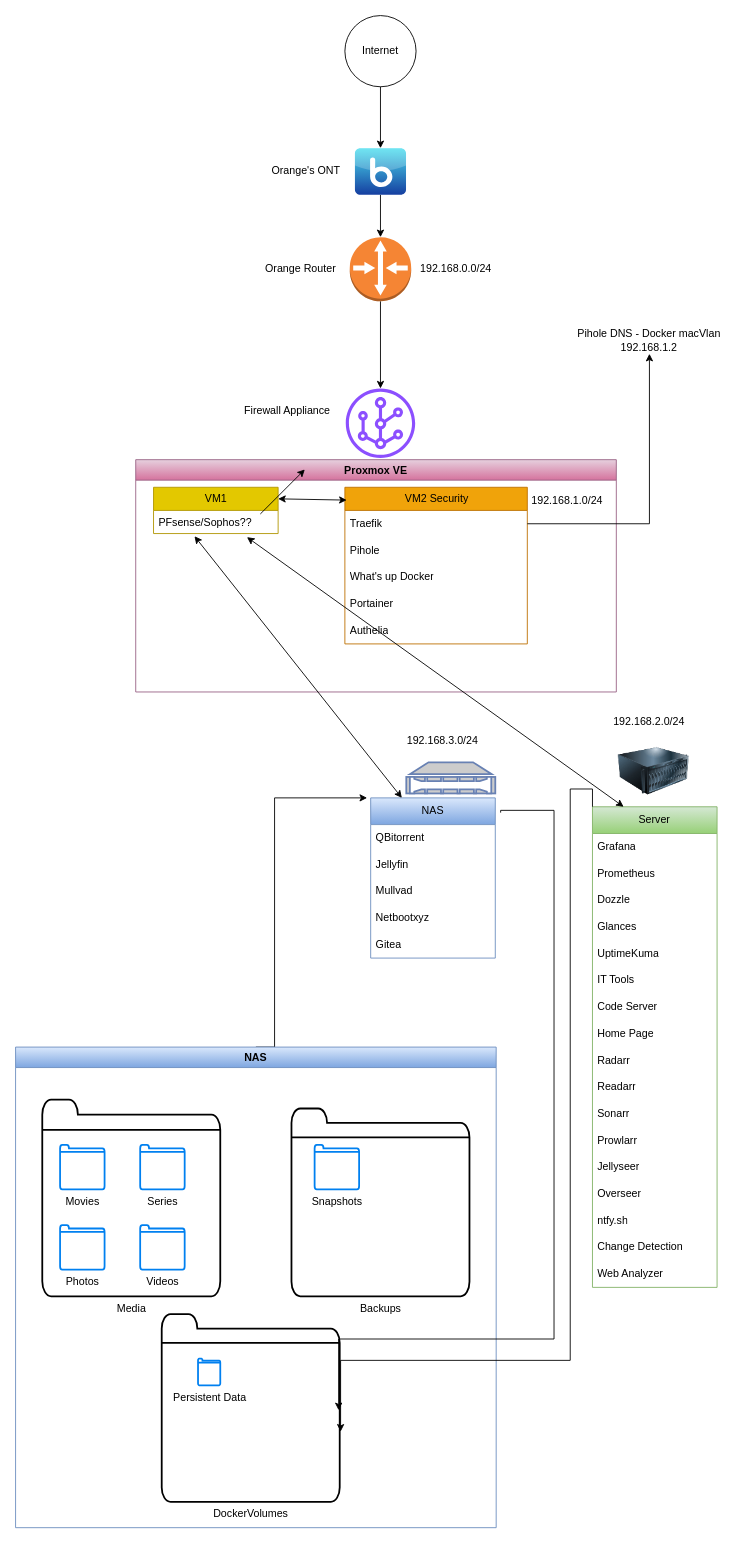
Earlier version of the draw.io diagram Home Server diagram.drawio (cralonsobcn/Server). Source tidied: cells renumbered, new cells numbered last; positions are measured from the earlier drawing's top-left corner, leaving out a move shared by most shapes. Both pictures are drawn from the tidied source at 89%, with x=0, y=0 at pixel (15, 15).
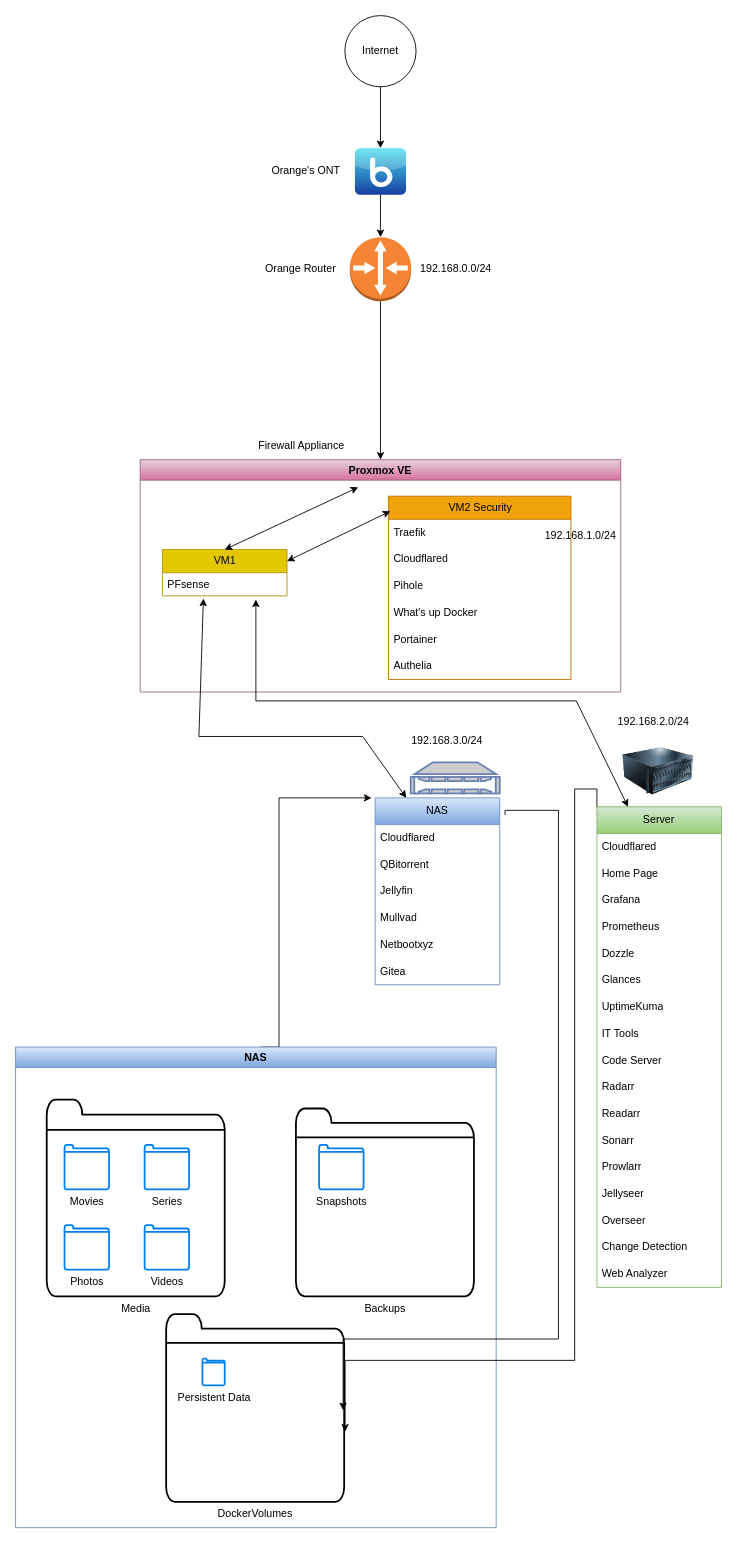
After the change.

Unchanged cells that the change refers to:
```xml
<mxCell id="28" style="outlineConnect=0;dashed=0;verticalLabelPosition=bottom;verticalAlign=top;align=center;html=1;shape=mxgraph.aws3.router;fillColor=#F58534;gradientColor=none;" parent="1" vertex="1">
  <mxGeometry x="375.5" y="249" width="69" height="72" as="geometry" />
</mxCell>
<mxCell id="38" value="Traefik" style="text;strokeColor=none;fillColor=none;align=left;verticalAlign=middle;spacingLeft=4;spacingRight=4;overflow=hidden;points=[[0,0.5],[1,0.5]];portConstraint=eastwest;whiteSpace=wrap;html=1;" parent="37" vertex="1">
  <mxGeometry y="26" width="205" height="30" as="geometry" />
</mxCell>
<mxCell id="50" value="NAS" style="swimlane;whiteSpace=wrap;html=1;fillColor=#dae8fc;gradientColor=#7ea6e0;strokeColor=#6c8ebf;" parent="1" vertex="1">
  <mxGeometry y="1159" width="540" height="540" as="geometry" />
</mxCell>
```

What changed in the source:
```diff
@@
     <mxCell id="2" value="NAS" style="swimlane;fontStyle=0;horizontal=1;startSize=30;whiteSpace=wrap;html=1;fillColor=#dae8fc;strokeColor=#6c8ebf;swimlaneFillColor=default;arcSize=15;direction=east;gradientColor=#7ea6e0;" parent="1" vertex="1">
-      <mxGeometry x="399" y="879" width="140" height="180" as="geometry" />
+      <mxGeometry x="404" y="879" width="140" height="210" as="geometry" />
     </mxCell>
+    <mxCell id="70" value="Cloudflared" style="text;strokeColor=none;fillColor=none;align=left;verticalAlign=middle;spacingLeft=4;spacingRight=4;overflow=hidden;whiteSpace=wrap;html=1;" parent="2" vertex="1">
+      <mxGeometry y="30" width="140" height="30" as="geometry" />
+    </mxCell>
     <mxCell id="3" value="QBitorrent" style="text;strokeColor=none;fillColor=none;align=left;verticalAlign=middle;spacingLeft=4;spacingRight=4;overflow=hidden;whiteSpace=wrap;html=1;" parent="2" vertex="1">
-      <mxGeometry y="30" width="140" height="30" as="geometry" />
+      <mxGeometry y="60" width="140" height="30" as="geometry" />
     </mxCell>
     <mxCell id="4" value="Jellyfin" style="text;strokeColor=none;fillColor=none;align=left;verticalAlign=middle;spacingLeft=4;spacingRight=4;overflow=hidden;whiteSpace=wrap;html=1;" parent="2" vertex="1">
-      <mxGeometry y="60" width="140" height="30" as="geometry" />
+      <mxGeometry y="90" width="140" height="30" as="geometry" />
     </mxCell>
     <mxCell id="5" value="Mullvad" style="text;strokeColor=none;fillColor=none;align=left;verticalAlign=middle;spacingLeft=4;spacingRight=4;overflow=hidden;whiteSpace=wrap;html=1;" parent="2" vertex="1">
-      <mxGeometry y="90" width="140" height="30" as="geometry" />
+      <mxGeometry y="120" width="140" height="30" as="geometry" />
     </mxCell>
     <mxCell id="6" value="Netbootxyz" style="text;strokeColor=none;fillColor=none;align=left;verticalAlign=middle;spacingLeft=4;spacingRight=4;overflow=hidden;whiteSpace=wrap;html=1;" parent="2" vertex="1">
-      <mxGeometry y="120" width="140" height="30" as="geometry" />
+      <mxGeometry y="150" width="140" height="30" as="geometry" />
     </mxCell>
     <mxCell id="7" value="Gitea" style="text;strokeColor=none;fillColor=none;align=left;verticalAlign=middle;spacingLeft=4;spacingRight=4;overflow=hidden;whiteSpace=wrap;html=1;" parent="2" vertex="1">
-      <mxGeometry y="150" width="140" height="30" as="geometry" />
+      <mxGeometry y="180" width="140" height="30" as="geometry" />
     </mxCell>
     <mxCell id="8" value="Server" style="swimlane;fontStyle=0;horizontal=1;startSize=30;whiteSpace=wrap;html=1;fillColor=#d5e8d4;strokeColor=#82b366;gradientColor=#97d077;" parent="1" vertex="1">
-      <mxGeometry x="648.2" y="889" width="140" height="540" as="geometry" />
+      <mxGeometry x="653.2" y="889" width="140" height="540" as="geometry" />
     </mxCell>
+    <mxCell id="71" value="Cloudflared" style="text;strokeColor=none;fillColor=none;align=left;verticalAlign=middle;spacingLeft=4;spacingRight=4;overflow=hidden;whiteSpace=wrap;html=1;" parent="8" vertex="1">
+      <mxGeometry y="30" width="140" height="30" as="geometry" />
+    </mxCell>
+    <mxCell id="16" value="Home Page" style="text;strokeColor=none;fillColor=none;align=left;verticalAlign=middle;spacingLeft=4;spacingRight=4;overflow=hidden;whiteSpace=wrap;html=1;" parent="8" vertex="1">
+      <mxGeometry y="60" width="140" height="30" as="geometry" />
+    </mxCell>
     <mxCell id="9" value="Grafana" style="text;strokeColor=none;fillColor=none;align=left;verticalAlign=middle;spacingLeft=4;spacingRight=4;overflow=hidden;whiteSpace=wrap;html=1;" parent="8" vertex="1">
-      <mxGeometry y="30" width="140" height="30" as="geometry" />
+      <mxGeometry y="90" width="140" height="30" as="geometry" />
     </mxCell>
     <mxCell id="10" value="Prometheus" style="text;strokeColor=none;fillColor=none;align=left;verticalAlign=middle;spacingLeft=4;spacingRight=4;overflow=hidden;whiteSpace=wrap;html=1;" parent="8" vertex="1">
-      <mxGeometry y="60" width="140" height="30" as="geometry" />
+      <mxGeometry y="120" width="140" height="30" as="geometry" />
     </mxCell>
     <mxCell id="11" value="Dozzle" style="text;strokeColor=none;fillColor=none;align=left;verticalAlign=middle;spacingLeft=4;spacingRight=4;overflow=hidden;whiteSpace=wrap;html=1;" parent="8" vertex="1">
-      <mxGeometry y="90" width="140" height="30" as="geometry" />
+      <mxGeometry y="150" width="140" height="30" as="geometry" />
     </mxCell>
     <mxCell id="12" value="Glances" style="text;strokeColor=none;fillColor=none;align=left;verticalAlign=middle;spacingLeft=4;spacingRight=4;overflow=hidden;whiteSpace=wrap;html=1;" parent="8" vertex="1">
-      <mxGeometry y="120" width="140" height="30" as="geometry" />
+      <mxGeometry y="180" width="140" height="30" as="geometry" />
     </mxCell>
     <mxCell id="13" value="UptimeKuma" style="text;strokeColor=none;fillColor=none;align=left;verticalAlign=middle;spacingLeft=4;spacingRight=4;overflow=hidden;whiteSpace=wrap;html=1;" parent="8" vertex="1">
-      <mxGeometry y="150" width="140" height="30" as="geometry" />
+      <mxGeometry y="210" width="140" height="30" as="geometry" />
     </mxCell>
     <mxCell id="14" value="IT Tools" style="text;strokeColor=none;fillColor=none;align=left;verticalAlign=middle;spacingLeft=4;spacingRight=4;overflow=hidden;whiteSpace=wrap;html=1;" parent="8" vertex="1">
-      <mxGeometry y="180" width="140" height="30" as="geometry" />
+      <mxGeometry y="240" width="140" height="30" as="geometry" />
     </mxCell>
     <mxCell id="15" value="Code Server" style="text;strokeColor=none;fillColor=none;align=left;verticalAlign=middle;spacingLeft=4;spacingRight=4;overflow=hidden;whiteSpace=wrap;html=1;" parent="8" vertex="1">
-      <mxGeometry y="210" width="140" height="30" as="geometry" />
+      <mxGeometry y="270" width="140" height="30" as="geometry" />
     </mxCell>
-    <mxCell id="16" value="Home Page" style="text;strokeColor=none;fillColor=none;align=left;verticalAlign=middle;spacingLeft=4;spacingRight=4;overflow=hidden;whiteSpace=wrap;html=1;" parent="8" vertex="1">
-      <mxGeometry y="240" width="140" height="30" as="geometry" />
-    </mxCell>
     <mxCell id="17" value="Radarr" style="text;strokeColor=none;fillColor=none;align=left;verticalAlign=middle;spacingLeft=4;spacingRight=4;overflow=hidden;whiteSpace=wrap;html=1;" parent="8" vertex="1">
-      <mxGeometry y="270" width="140" height="30" as="geometry" />
+      <mxGeometry y="300" width="140" height="30" as="geometry" />
     </mxCell>
     <mxCell id="18" value="Readarr" style="text;strokeColor=none;fillColor=none;align=left;verticalAlign=middle;spacingLeft=4;spacingRight=4;overflow=hidden;whiteSpace=wrap;html=1;" parent="8" vertex="1">
-      <mxGeometry y="300" width="140" height="30" as="geometry" />
+      <mxGeometry y="330" width="140" height="30" as="geometry" />
     </mxCell>
     <mxCell id="19" value="Sonarr" style="text;strokeColor=none;fillColor=none;align=left;verticalAlign=middle;spacingLeft=4;spacingRight=4;overflow=hidden;whiteSpace=wrap;html=1;" parent="8" vertex="1">
-      <mxGeometry y="330" width="140" height="30" as="geometry" />
+      <mxGeometry y="360" width="140" height="30" as="geometry" />
     </mxCell>
     <mxCell id="20" value="Prowlarr" style="text;strokeColor=none;fillColor=none;align=left;verticalAlign=middle;spacingLeft=4;spacingRight=4;overflow=hidden;whiteSpace=wrap;html=1;" parent="8" vertex="1">
-      <mxGeometry y="360" width="140" height="30" as="geometry" />
+      <mxGeometry y="390" width="140" height="30" as="geometry" />
     </mxCell>
     <mxCell id="21" value="Jellyseer" style="text;strokeColor=none;fillColor=none;align=left;verticalAlign=middle;spacingLeft=4;spacingRight=4;overflow=hidden;whiteSpace=wrap;html=1;" parent="8" vertex="1">
-      <mxGeometry y="390" width="140" height="30" as="geometry" />
+      <mxGeometry y="420" width="140" height="30" as="geometry" />
     </mxCell>
     <mxCell id="22" value="Overseer" style="text;strokeColor=none;fillColor=none;align=left;verticalAlign=middle;spacingLeft=4;spacingRight=4;overflow=hidden;whiteSpace=wrap;html=1;" parent="8" vertex="1">
-      <mxGeometry y="420" width="140" height="30" as="geometry" />
+      <mxGeometry y="450" width="140" height="30" as="geometry" />
     </mxCell>
-    <mxCell id="23" value="ntfy.sh" style="text;strokeColor=none;fillColor=none;align=left;verticalAlign=middle;spacingLeft=4;spacingRight=4;overflow=hidden;whiteSpace=wrap;html=1;" parent="8" vertex="1">
-      <mxGeometry y="450" width="140" height="30" as="geometry" />
-    </mxCell>
@@
-    <mxCell id="27" style="edgeStyle=orthogonalEdgeStyle;rounded=0;jettySize=auto;html=1;exitX=0.5;exitY=1;exitDx=0;exitDy=0;exitPerimeter=0;" parent="1" edge="1" source="28" target="33">
+    <mxCell id="27" style="edgeStyle=orthogonalEdgeStyle;rounded=0;jettySize=auto;html=1;exitX=0.5;exitY=1;exitDx=0;exitDy=0;exitPerimeter=0;entryX=0.5;entryY=0;entryDx=0;entryDy=0;" parent="1" edge="1" source="28" target="34">
       <mxGeometry relative="1" as="geometry" />
     </mxCell>
@@
     <mxCell id="31" style="image;html=1;image=img/lib/clip_art/computers/Server_128x128.png;" parent="1" vertex="1">
-      <mxGeometry x="677.2" y="809" width="80" height="80" as="geometry" />
+      <mxGeometry x="682.2" y="809" width="80" height="80" as="geometry" />
     </mxCell>
     <mxCell id="32" style="fontColor=#0066CC;verticalAlign=top;verticalLabelPosition=bottom;labelPosition=center;align=center;html=1;fillColor=#CCCCCC;strokeColor=#6881B3;gradientColor=none;gradientDirection=north;strokeWidth=2;shape=mxgraph.networks.nas_filer;" parent="1" vertex="1">
-      <mxGeometry x="439" y="839" width="100" height="35" as="geometry" />
+      <mxGeometry x="444" y="839" width="100" height="35" as="geometry" />
     </mxCell>
-    <mxCell id="33" style="sketch=0;outlineConnect=0;fontColor=#232F3E;gradientColor=none;fillColor=#8C4FFF;strokeColor=none;dashed=0;verticalLabelPosition=bottom;verticalAlign=top;align=center;html=1;fontSize=12;fontStyle=0;shape=mxgraph.aws4.virtual_router;" parent="1" vertex="1">
-      <mxGeometry x="371" y="419" width="78" height="78" as="geometry" />
-    </mxCell>
     <mxCell id="34" value="Proxmox VE" style="swimlane;startSize=23;fillColor=#e6d0de;strokeColor=#996185;gradientColor=#d5739d;" parent="1" vertex="1">
-      <mxGeometry x="135" y="499" width="540" height="261" as="geometry" />
+      <mxGeometry x="140" y="499" width="540" height="261" as="geometry" />
     </mxCell>
     <mxCell id="35" value="VM1" style="swimlane;fontStyle=0;horizontal=1;startSize=26;fillColor=#e3c800;html=1;fontColor=#000000;strokeColor=#B09500;" parent="34" vertex="1">
-      <mxGeometry x="20" y="31" width="140" height="52" as="geometry" />
+      <mxGeometry x="25" y="101" width="140" height="52" as="geometry" />
     </mxCell>
-    <mxCell id="36" value="PFsense/Sophos??" style="text;strokeColor=none;fillColor=none;align=left;verticalAlign=top;spacingLeft=4;spacingRight=4;overflow=hidden;points=[[0,0.5],[1,0.5]];portConstraint=eastwest;whiteSpace=wrap;html=1;" parent="35" vertex="1">
+    <mxCell id="36" value="PFsense" style="text;strokeColor=none;fillColor=none;align=left;verticalAlign=top;spacingLeft=4;spacingRight=4;overflow=hidden;points=[[0,0.5],[1,0.5]];portConstraint=eastwest;whiteSpace=wrap;html=1;" parent="35" vertex="1">
       <mxGeometry y="26" width="140" height="26" as="geometry" />
     </mxCell>
     <mxCell id="37" value="VM2 Security" style="swimlane;fontStyle=0;horizontal=1;startSize=26;fillColor=#f0a30a;html=1;fontColor=#000000;strokeColor=#BD7000;" parent="34" vertex="1">
-      <mxGeometry x="235" y="31" width="205" height="176" as="geometry" />
+      <mxGeometry x="279" y="41" width="205" height="206" as="geometry" />
     </mxCell>
@@
+    <mxCell id="72" value="Cloudflared" style="text;strokeColor=none;fillColor=none;align=left;verticalAlign=middle;spacingLeft=4;spacingRight=4;overflow=hidden;whiteSpace=wrap;html=1;" parent="37" vertex="1">
+      <mxGeometry y="56" width="205" height="30" as="geometry" />
+    </mxCell>
     <mxCell id="39" value="Pihole" style="text;strokeColor=none;fillColor=none;align=left;verticalAlign=middle;spacingLeft=4;spacingRight=4;overflow=hidden;whiteSpace=wrap;html=1;" parent="37" vertex="1">
-      <mxGeometry y="56" width="205" height="30" as="geometry" />
+      <mxGeometry y="86" width="205" height="30" as="geometry" />
     </mxCell>
     <mxCell id="40" value="What's up Docker" style="text;strokeColor=none;fillColor=none;align=left;verticalAlign=middle;spacingLeft=4;spacingRight=4;overflow=hidden;whiteSpace=wrap;html=1;" parent="37" vertex="1">
-      <mxGeometry y="86" width="205" height="30" as="geometry" />
+      <mxGeometry y="116" width="205" height="30" as="geometry" />
     </mxCell>
     <mxCell id="41" value="Portainer" style="text;strokeColor=none;fillColor=none;align=left;verticalAlign=middle;spacingLeft=4;spacingRight=4;overflow=hidden;whiteSpace=wrap;html=1;" parent="37" vertex="1">
-      <mxGeometry y="116" width="205" height="30" as="geometry" />
+      <mxGeometry y="146" width="205" height="30" as="geometry" />
     </mxCell>
     <mxCell id="42" value="Authelia" style="text;strokeColor=none;fillColor=none;align=left;verticalAlign=middle;spacingLeft=4;spacingRight=4;overflow=hidden;whiteSpace=wrap;html=1;" parent="37" vertex="1">
-      <mxGeometry y="146" width="205" height="30" as="geometry" />
+      <mxGeometry y="176" width="205" height="30" as="geometry" />
     </mxCell>
     <mxCell id="43" value="192.168.1.0/24" style="text;html=1;align=center;verticalAlign=middle;whiteSpace=wrap;rounded=0;" parent="34" vertex="1">
-      <mxGeometry x="440" y="31" width="90" height="30" as="geometry" />
+      <mxGeometry x="450" y="71" width="90" height="30" as="geometry" />
     </mxCell>
@@
     <mxCell id="45" value="Firewall Appliance" style="text;html=1;align=center;verticalAlign=middle;strokeColor=none;fillColor=none;" parent="1" vertex="1">
-      <mxGeometry x="245" y="429" width="120" height="30" as="geometry" />
+      <mxGeometry x="261.3" y="469" width="120" height="30" as="geometry" />
     </mxCell>
@@
-    <mxCell id="49" style="rounded=0;jettySize=auto;html=1;exitX=0.5;exitY=0;exitDx=0;exitDy=0;entryX=0;entryY=0;entryDx=0;entryDy=0;edgeStyle=orthogonalEdgeStyle;" parent="1" edge="1" source="50">
+    <mxCell id="49" style="rounded=0;orthogonalLoop=1;jettySize=auto;html=1;exitX=0.5;exitY=0;exitDx=0;exitDy=0;entryX=0;entryY=0;entryDx=0;entryDy=0;edgeStyle=orthogonalEdgeStyle;" parent="1" edge="1">
       <mxGeometry relative="1" as="geometry">
-        <mxPoint x="395" y="879" as="targetPoint" />
+        <mxPoint x="275" y="1159" as="sourcePoint" />
+        <mxPoint x="400" y="879" as="targetPoint" />
         <Array as="points">
-          <mxPoint x="291" y="1159" />
-          <mxPoint x="291" y="879" />
+          <mxPoint x="296" y="1159" />
+          <mxPoint x="296" y="879" />
         </Array>
       </mxGeometry>
     </mxCell>
@@
     <mxCell id="51" value="Media" style="html=1;verticalLabelPosition=bottom;align=center;labelBackgroundColor=none;verticalAlign=top;strokeWidth=2;shadow=0;dashed=0;shape=mxgraph.ios7.icons.folder;" parent="50" vertex="1">
-      <mxGeometry x="30" y="59" width="200" height="221" as="geometry" />
+      <mxGeometry x="35" y="59" width="200" height="221" as="geometry" />
     </mxCell>
     <mxCell id="52" value="Movies" style="html=1;verticalLabelPosition=bottom;align=center;labelBackgroundColor=none;verticalAlign=top;strokeWidth=2;strokeColor=#0080F0;shadow=0;dashed=0;shape=mxgraph.ios7.icons.folder;" parent="50" vertex="1">
-      <mxGeometry x="50" y="110" width="50" height="50" as="geometry" />
+      <mxGeometry x="55" y="110" width="50" height="50" as="geometry" />
     </mxCell>
     <mxCell id="53" value="Series" style="html=1;verticalLabelPosition=bottom;align=center;labelBackgroundColor=none;verticalAlign=top;strokeWidth=2;strokeColor=#0080F0;shadow=0;dashed=0;shape=mxgraph.ios7.icons.folder;" parent="50" vertex="1">
-      <mxGeometry x="140" y="110" width="50" height="50" as="geometry" />
+      <mxGeometry x="145" y="110" width="50" height="50" as="geometry" />
     </mxCell>
     <mxCell id="54" value="Photos" style="html=1;verticalLabelPosition=bottom;align=center;labelBackgroundColor=none;verticalAlign=top;strokeWidth=2;strokeColor=#0080F0;shadow=0;dashed=0;shape=mxgraph.ios7.icons.folder;" parent="50" vertex="1">
-      <mxGeometry x="50" y="200" width="50" height="50" as="geometry" />
+      <mxGeometry x="55" y="200" width="50" height="50" as="geometry" />
     </mxCell>
     <mxCell id="55" value="Videos" style="html=1;verticalLabelPosition=bottom;align=center;labelBackgroundColor=none;verticalAlign=top;strokeWidth=2;strokeColor=#0080F0;shadow=0;dashed=0;shape=mxgraph.ios7.icons.folder;" parent="50" vertex="1">
-      <mxGeometry x="140" y="200" width="50" height="50" as="geometry" />
+      <mxGeometry x="145" y="200" width="50" height="50" as="geometry" />
     </mxCell>
     <mxCell id="56" value="Backups" style="html=1;verticalLabelPosition=bottom;align=center;labelBackgroundColor=none;verticalAlign=top;strokeWidth=2;shadow=0;dashed=0;shape=mxgraph.ios7.icons.folder;" parent="50" vertex="1">
-      <mxGeometry x="310" y="69" width="200" height="211" as="geometry" />
+      <mxGeometry x="315" y="69" width="200" height="211" as="geometry" />
     </mxCell>
     <mxCell id="57" value="DockerVolumes" style="html=1;verticalLabelPosition=bottom;align=center;labelBackgroundColor=none;verticalAlign=top;strokeWidth=2;shadow=0;dashed=0;shape=mxgraph.ios7.icons.folder;" parent="50" vertex="1">
-      <mxGeometry x="164.2" y="300" width="200" height="211" as="geometry" />
+      <mxGeometry x="169.2" y="300" width="200" height="211" as="geometry" />
     </mxCell>
     <mxCell id="58" value="Persistent Data" style="html=1;verticalLabelPosition=bottom;align=center;labelBackgroundColor=none;verticalAlign=top;strokeWidth=2;strokeColor=#0080F0;shadow=0;dashed=0;shape=mxgraph.ios7.icons.folder;" parent="50" vertex="1">
-      <mxGeometry x="205" y="350" width="25" height="30" as="geometry" />
+      <mxGeometry x="210" y="350" width="25" height="30" as="geometry" />
     </mxCell>
     <mxCell id="59" value="Snapshots" style="html=1;verticalLabelPosition=bottom;align=center;labelBackgroundColor=none;verticalAlign=top;strokeWidth=2;strokeColor=#0080F0;shadow=0;dashed=0;shape=mxgraph.ios7.icons.folder;" parent="50" vertex="1">
-      <mxGeometry x="336" y="110" width="50" height="50" as="geometry" />
+      <mxGeometry x="341" y="110" width="50" height="50" as="geometry" />
     </mxCell>
     <mxCell id="60" style="edgeStyle=orthogonalEdgeStyle;rounded=0;jettySize=auto;html=1;exitX=0;exitY=0;exitDx=0;exitDy=0;entryX=1.005;entryY=0.626;entryDx=0;entryDy=0;entryPerimeter=0;" parent="1" edge="1" source="8" target="57">
       <mxGeometry relative="1" as="geometry">
         <Array as="points">
-          <mxPoint x="648.2" y="869" />
-          <mxPoint x="623.2" y="869" />
-          <mxPoint x="623.2" y="1511" />
+          <mxPoint x="653.2" y="869" />
+          <mxPoint x="628.2" y="869" />
+          <mxPoint x="628.2" y="1511" />
         </Array>
       </mxGeometry>
     </mxCell>
     <mxCell id="61" style="endArrow=classic;startArrow=classic;html=1;rounded=0;exitX=0.25;exitY=0;exitDx=0;exitDy=0;entryX=0.329;entryY=1.115;entryDx=0;entryDy=0;entryPerimeter=0;" parent="1" edge="1" source="2" target="36">
-      <mxGeometry relative="1" as="geometry" />
+      <mxGeometry relative="1" as="geometry">
+        <Array as="points">
+          <mxPoint x="390" y="810" />
+          <mxPoint x="206" y="810" />
+        </Array>
+      </mxGeometry>
     </mxCell>
     <mxCell id="62" style="endArrow=classic;startArrow=classic;html=1;rounded=0;entryX=0.25;entryY=0;entryDx=0;entryDy=0;exitX=0.75;exitY=1.156;exitDx=0;exitDy=0;exitPerimeter=0;" parent="1" edge="1" source="36" target="8">
-      <mxGeometry relative="1" as="geometry" />
+      <mxGeometry relative="1" as="geometry">
+        <Array as="points">
+          <mxPoint x="270" y="770" />
+          <mxPoint x="630" y="770" />
+        </Array>
+      </mxGeometry>
     </mxCell>
     <mxCell id="63" style="endArrow=classic;html=1;rounded=0;entryX=0.994;entryY=0.512;entryDx=0;entryDy=0;entryPerimeter=0;exitX=1.043;exitY=0.092;exitDx=0;exitDy=0;exitPerimeter=0;edgeStyle=orthogonalEdgeStyle;" parent="1" edge="1" source="2" target="57">
       <mxGeometry relative="1" as="geometry">
         <Array as="points">
-          <mxPoint x="605" y="893" />
-          <mxPoint x="605" y="1487" />
+          <mxPoint x="610" y="893" />
+          <mxPoint x="610" y="1487" />
         </Array>
       </mxGeometry>
     </mxCell>
     <mxCell id="64" value="192.168.3.0/24" style="text;html=1;align=center;verticalAlign=middle;whiteSpace=wrap;rounded=0;" parent="1" vertex="1">
-      <mxGeometry x="435" y="800" width="90" height="30" as="geometry" />
+      <mxGeometry x="440" y="800" width="90" height="30" as="geometry" />
     </mxCell>
     <mxCell id="65" value="192.168.2.0/24" style="text;html=1;align=center;verticalAlign=middle;whiteSpace=wrap;rounded=0;" parent="1" vertex="1">
-      <mxGeometry x="667.2" y="779" width="90" height="30" as="geometry" />
+      <mxGeometry x="672.2" y="779" width="90" height="30" as="geometry" />
     </mxCell>
@@
-    <mxCell id="67" style="endArrow=classic;html=1;rounded=0;" parent="1" edge="1">
-      <mxGeometry relative="1" as="geometry">
-        <mxPoint x="275" y="560" as="sourcePoint" />
-        <mxPoint x="325" y="510" as="targetPoint" />
-      </mxGeometry>
-    </mxCell>
-    <mxCell id="68" value="Pihole DNS - Docker macVlan&lt;br&gt;192.168.1.2" style="text;html=1;align=center;verticalAlign=middle;whiteSpace=wrap;rounded=0;" parent="1" vertex="1">
-      <mxGeometry x="612.2" y="350" width="200" height="30" as="geometry" />
-    </mxCell>
-    <mxCell id="69" style="edgeStyle=orthogonalEdgeStyle;rounded=0;jettySize=auto;html=1;exitX=1;exitY=0.5;exitDx=0;exitDy=0;entryX=0.5;entryY=1;entryDx=0;entryDy=0;" parent="1" edge="1" source="38" target="68">
-      <mxGeometry relative="1" as="geometry" />
-    </mxCell>
+    <mxCell id="73" style="endArrow=classic;startArrow=classic;html=1;rounded=0;exitX=0.5;exitY=0;exitDx=0;exitDy=0;" parent="1" edge="1" source="35">
+      <mxGeometry relative="1" as="geometry">
+        <mxPoint x="385" y="530" as="targetPoint" />
+      </mxGeometry>
+    </mxCell>
```
